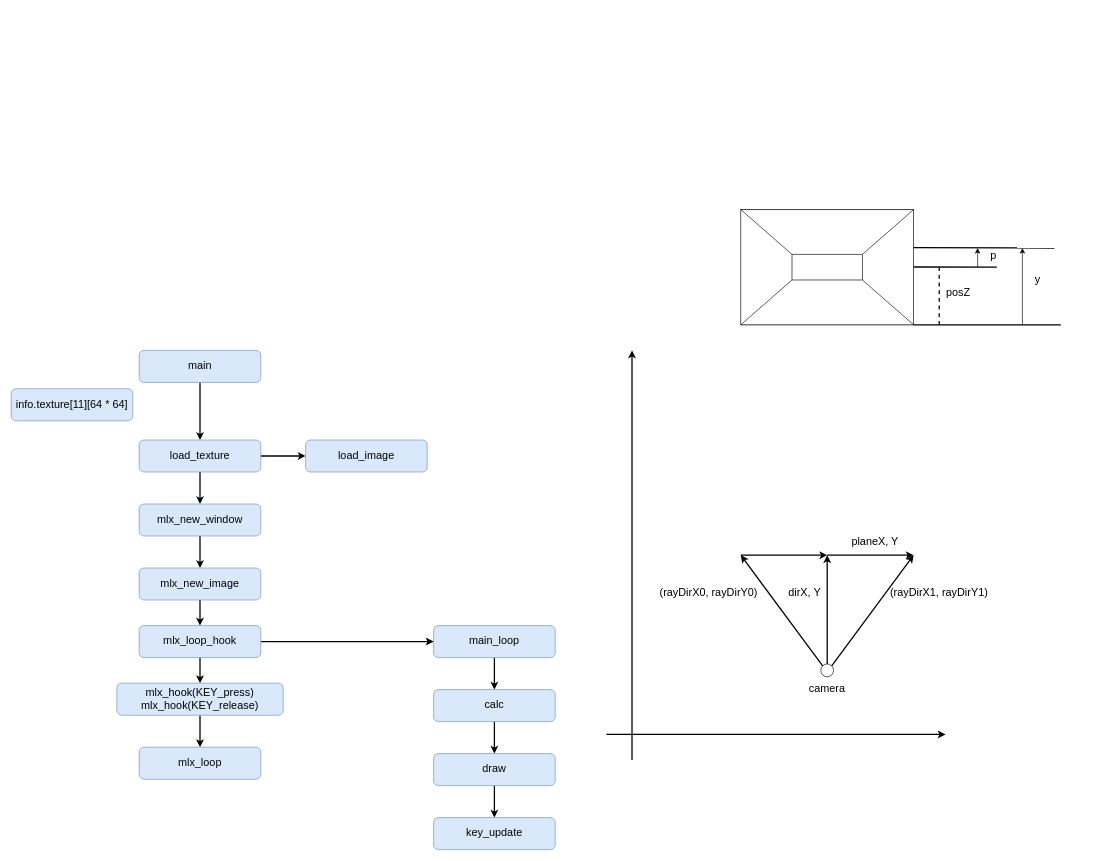
Earlier version of the draw.io diagram page "Page-2" (2 of 3) of Untitled.drawio (Lee-seungju/drawfile). Source tidied: cells renumbered, new cells numbered last; positions are measured from the earlier drawing's top-left corner, leaving out a move shared by most shapes. Both pictures are drawn from the tidied source at 64%, with x=0, y=0 at pixel (11, 209).
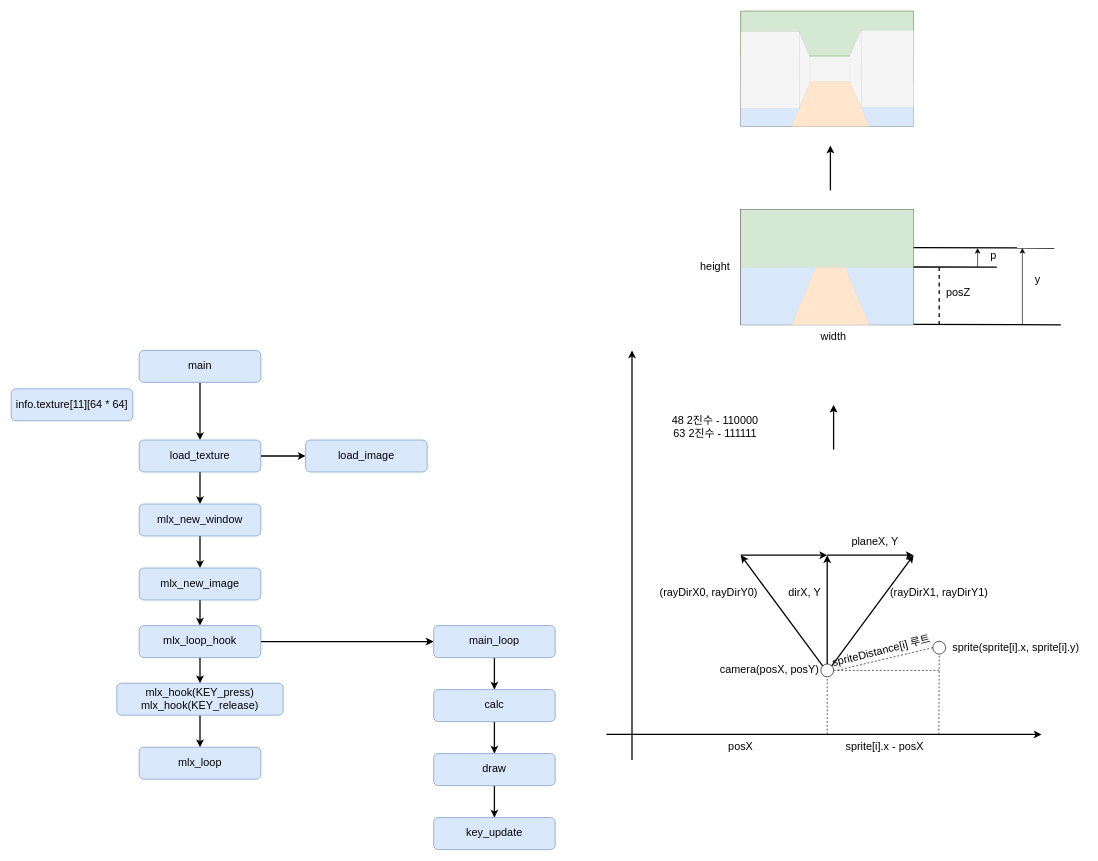
After the change.

Unchanged cells that the change refers to:
```xml
<mxCell id="40" style="ellipse;whiteSpace=wrap;html=1;" parent="1" vertex="1">
  <mxGeometry x="1265" y="710" width="20" height="20" as="geometry" />
</mxCell>
```

Change to the diagram source:
```diff
@@
+    <mxCell id="53" style="rounded=0;whiteSpace=wrap;html=1;strokeWidth=0;fillColor=#dae8fc;strokeColor=#6c8ebf;" parent="1" vertex="1">
+      <mxGeometry x="1140" y="90" width="270" height="90" as="geometry" />
+    </mxCell>
@@
-    <mxCell id="27" style="shape=trapezoid;perimeter=trapezoidPerimeter;whiteSpace=wrap;html=1;fixedSize=1;rotation=-180;size=80;" parent="1" vertex="1">
-      <mxGeometry x="1140" width="270" height="70" as="geometry" />
+    <mxCell id="27" style="shape=trapezoid;perimeter=trapezoidPerimeter;whiteSpace=wrap;html=1;fixedSize=1;rotation=-180;size=0;fillColor=#d5e8d4;strokeColor=#82b366;strokeWidth=0;" parent="1" vertex="1">
+      <mxGeometry x="1140" width="270" height="90" as="geometry" />
     </mxCell>
-    <mxCell id="28" style="shape=trapezoid;perimeter=trapezoidPerimeter;whiteSpace=wrap;html=1;fixedSize=1;rotation=0;size=80;" parent="1" vertex="1">
-      <mxGeometry x="1140" y="110" width="270" height="70" as="geometry" />
-    </mxCell>
-    <mxCell id="29" style="endArrow=none;html=1;strokeWidth=1;entryX=0.296;entryY=-0.003;entryDx=0;entryDy=0;entryPerimeter=0;exitX=0.704;exitY=0.003;exitDx=0;exitDy=0;exitPerimeter=0;" parent="1" edge="1" source="28" target="27">
-      <mxGeometry relative="1" as="geometry" />
-    </mxCell>
-    <mxCell id="30" style="endArrow=none;html=1;strokeWidth=1;entryX=0.3;entryY=-0.001;entryDx=0;entryDy=0;entryPerimeter=0;exitX=0.7;exitY=0.001;exitDx=0;exitDy=0;exitPerimeter=0;" parent="1" edge="1">
-      <mxGeometry relative="1" as="geometry">
-        <mxPoint x="1220" y="110" as="sourcePoint" />
-        <mxPoint x="1220" y="70" as="targetPoint" />
-      </mxGeometry>
-    </mxCell>
-    <mxCell id="31" style="endArrow=none;html=1;strokeWidth=2;exitX=1;exitY=1;exitDx=0;exitDy=0;" parent="1" edge="1" source="28">
+    <mxCell id="31" style="endArrow=none;html=1;strokeWidth=2;exitX=1;exitY=0;exitDx=0;exitDy=0;" parent="1" edge="1">
       <mxGeometry relative="1" as="geometry">
+        <mxPoint x="1410.1" y="179.2" as="sourcePoint" />
         <mxPoint x="1640" y="180" as="targetPoint" />
       </mxGeometry>
     </mxCell>
@@
-    <mxCell id="43" value="&lt;span style=&quot;font-size: 17px&quot;&gt;camera&lt;/span&gt;" style="text;html=1;strokeColor=none;fillColor=none;align=center;verticalAlign=middle;whiteSpace=wrap;rounded=0;" parent="1" vertex="1">
-      <mxGeometry x="1165" y="740" width="220" height="20" as="geometry" />
+    <mxCell id="43" value="&lt;span style=&quot;font-size: 17px&quot;&gt;camera(posX, posY)&lt;/span&gt;" style="text;html=1;strokeColor=none;fillColor=none;align=center;verticalAlign=middle;whiteSpace=wrap;rounded=0;" parent="1" vertex="1">
+      <mxGeometry x="1105" y="710" width="160" height="20" as="geometry" />
     </mxCell>
@@
     <mxCell id="46" style="endArrow=classic;html=1;strokeWidth=2;" parent="1" edge="1">
       <mxGeometry relative="1" as="geometry">
         <mxPoint x="930" y="820" as="sourcePoint" />
-        <mxPoint x="1460" y="820" as="targetPoint" />
+        <mxPoint x="1610" y="820" as="targetPoint" />
       </mxGeometry>
     </mxCell>
@@
+    <mxCell id="54" value="&lt;span style=&quot;font-size: 17px&quot;&gt;48 2진수 - 110000&lt;/span&gt;&lt;br&gt;&lt;span style=&quot;font-size: 17px&quot;&gt;63 2진수 - 111111&lt;/span&gt;" style="text;html=1;strokeColor=none;fillColor=none;align=center;verticalAlign=middle;whiteSpace=wrap;rounded=0;" parent="1" vertex="1">
+      <mxGeometry x="990" y="290" width="220" height="100" as="geometry" />
+    </mxCell>
+    <mxCell id="55" style="rounded=0;whiteSpace=wrap;html=1;fillColor=#f5f5f5;strokeColor=#666666;fontColor=#333333;" parent="1" vertex="1">
+      <mxGeometry x="1140" y="-310" width="270" height="180" as="geometry" />
+    </mxCell>
+    <mxCell id="56" style="rounded=0;whiteSpace=wrap;html=1;strokeWidth=0;fillColor=#dae8fc;strokeColor=#6c8ebf;" parent="1" vertex="1">
+      <mxGeometry x="1140" y="-200" width="270" height="70" as="geometry" />
+    </mxCell>
+    <mxCell id="57" style="shape=trapezoid;perimeter=trapezoidPerimeter;whiteSpace=wrap;html=1;fixedSize=1;rotation=-180;size=0;fillColor=#d5e8d4;strokeColor=#82b366;" parent="1" vertex="1">
+      <mxGeometry x="1140" y="-310" width="270" height="70" as="geometry" />
+    </mxCell>
+    <mxCell id="58" style="shape=trapezoid;perimeter=trapezoidPerimeter;whiteSpace=wrap;html=1;fixedSize=1;rotation=0;size=28.563580322265807;fillColor=#ffe6cc;strokeColor=#d79b00;strokeWidth=0;" parent="1" vertex="1">
+      <mxGeometry x="1220" y="-200" width="120" height="70" as="geometry" />
+    </mxCell>
+    <mxCell id="59" style="shape=trapezoid;perimeter=trapezoidPerimeter;whiteSpace=wrap;html=1;fixedSize=1;strokeWidth=0;rotation=-90;fillColor=#f5f5f5;strokeColor=#666666;fontColor=#333333;size=40;" parent="1" vertex="1">
+      <mxGeometry x="1259" y="-229" width="120" height="18" as="geometry" />
+    </mxCell>
+    <mxCell id="60" style="shape=trapezoid;perimeter=trapezoidPerimeter;whiteSpace=wrap;html=1;fixedSize=1;strokeWidth=0;rotation=90;fillColor=#f5f5f5;strokeColor=#666666;fontColor=#333333;size=40;" parent="1" vertex="1">
+      <mxGeometry x="1179.5" y="-226.5" width="120" height="17" as="geometry" />
+    </mxCell>
+    <mxCell id="61" style="rounded=0;whiteSpace=wrap;html=1;strokeWidth=0;fillColor=#f5f5f5;strokeColor=#666666;fontColor=#333333;" parent="1" vertex="1">
+      <mxGeometry x="1328" y="-280" width="82" height="120" as="geometry" />
+    </mxCell>
+    <mxCell id="62" style="rounded=0;whiteSpace=wrap;html=1;strokeWidth=0;fillColor=#f5f5f5;strokeColor=#666666;fontColor=#333333;" parent="1" vertex="1">
+      <mxGeometry x="1140" y="-278" width="91" height="120" as="geometry" />
+    </mxCell>
+    <mxCell id="63" style="endArrow=classic;html=1;strokeWidth=2;" parent="1" edge="1">
+      <mxGeometry relative="1" as="geometry">
+        <mxPoint x="1280" y="-30" as="sourcePoint" />
+        <mxPoint x="1280" y="-100" as="targetPoint" />
+      </mxGeometry>
+    </mxCell>
+    <mxCell id="64" style="endArrow=classic;html=1;strokeWidth=2;" parent="1" edge="1">
+      <mxGeometry relative="1" as="geometry">
+        <mxPoint x="1285" y="375" as="sourcePoint" />
+        <mxPoint x="1285" y="305" as="targetPoint" />
+      </mxGeometry>
+    </mxCell>
+    <mxCell id="65" value="&lt;font style=&quot;font-size: 17px&quot;&gt;height&lt;/font&gt;" style="text;html=1;strokeColor=none;fillColor=none;align=center;verticalAlign=middle;whiteSpace=wrap;rounded=0;" parent="1" vertex="1">
+      <mxGeometry x="1080" y="80" width="40" height="20" as="geometry" />
+    </mxCell>
+    <mxCell id="66" value="&lt;font style=&quot;font-size: 17px&quot;&gt;width&lt;/font&gt;" style="text;html=1;strokeColor=none;fillColor=none;align=center;verticalAlign=middle;whiteSpace=wrap;rounded=0;" parent="1" vertex="1">
+      <mxGeometry x="1265" y="190" width="40" height="20" as="geometry" />
+    </mxCell>
+    <mxCell id="67" style="shape=trapezoid;perimeter=trapezoidPerimeter;whiteSpace=wrap;html=1;fixedSize=1;rotation=0;size=37.36358032226576;fillColor=#ffe6cc;strokeColor=#d79b00;strokeWidth=0;" parent="1" vertex="1">
+      <mxGeometry x="1220" y="90" width="120" height="90" as="geometry" />
+    </mxCell>
+    <mxCell id="68" style="ellipse;whiteSpace=wrap;html=1;" parent="1" vertex="1">
+      <mxGeometry x="1440" y="674.5" width="20" height="20" as="geometry" />
+    </mxCell>
+    <mxCell id="69" value="&lt;span style=&quot;font-size: 17px&quot;&gt;sprite(sprite[i].x, sprite[i].y)&lt;/span&gt;" style="text;html=1;strokeColor=none;fillColor=none;align=center;verticalAlign=middle;whiteSpace=wrap;rounded=0;" parent="1" vertex="1">
+      <mxGeometry x="1460" y="675" width="220" height="20" as="geometry" />
+    </mxCell>
+    <mxCell id="70" style="endArrow=none;dashed=1;html=1;entryX=0.5;entryY=1;entryDx=0;entryDy=0;" parent="1" edge="1" target="40">
+      <mxGeometry relative="1" as="geometry">
+        <mxPoint x="1275" y="820" as="sourcePoint" />
+      </mxGeometry>
+    </mxCell>
+    <mxCell id="71" style="endArrow=none;dashed=1;html=1;entryX=0.5;entryY=1;entryDx=0;entryDy=0;" parent="1" edge="1" target="68">
+      <mxGeometry relative="1" as="geometry">
+        <mxPoint x="1449.5" y="820" as="sourcePoint" />
+      </mxGeometry>
+    </mxCell>
+    <mxCell id="72" value="&lt;span style=&quot;font-size: 17px&quot;&gt;posX&lt;/span&gt;" style="text;html=1;strokeColor=none;fillColor=none;align=center;verticalAlign=middle;whiteSpace=wrap;rounded=0;" parent="1" vertex="1">
+      <mxGeometry x="1060" y="830" width="160" height="20" as="geometry" />
+    </mxCell>
+    <mxCell id="73" value="&lt;span style=&quot;font-size: 17px&quot;&gt;sprite[i].x - posX&lt;/span&gt;" style="text;html=1;strokeColor=none;fillColor=none;align=center;verticalAlign=middle;whiteSpace=wrap;rounded=0;" parent="1" vertex="1">
+      <mxGeometry x="1285" y="830" width="160" height="20" as="geometry" />
+    </mxCell>
+    <mxCell id="74" style="endArrow=none;dashed=1;html=1;entryX=1;entryY=0.5;entryDx=0;entryDy=0;" parent="1" edge="1" target="40">
+      <mxGeometry relative="1" as="geometry">
+        <mxPoint x="1450" y="720" as="sourcePoint" />
+      </mxGeometry>
+    </mxCell>
+    <mxCell id="75" style="endArrow=none;dashed=1;html=1;exitX=0;exitY=0.5;exitDx=0;exitDy=0;" parent="1" edge="1" source="68">
+      <mxGeometry relative="1" as="geometry">
+        <mxPoint x="1290" y="720" as="targetPoint" />
+      </mxGeometry>
+    </mxCell>
+    <mxCell id="76" value="&lt;span style=&quot;font-size: 17px&quot;&gt;spriteDistance[i] 루트&lt;/span&gt;" style="text;html=1;strokeColor=none;fillColor=none;align=center;verticalAlign=middle;whiteSpace=wrap;rounded=0;rotation=-14;" parent="1" vertex="1">
+      <mxGeometry x="1280" y="680" width="160" height="20" as="geometry" />
+    </mxCell>
```
